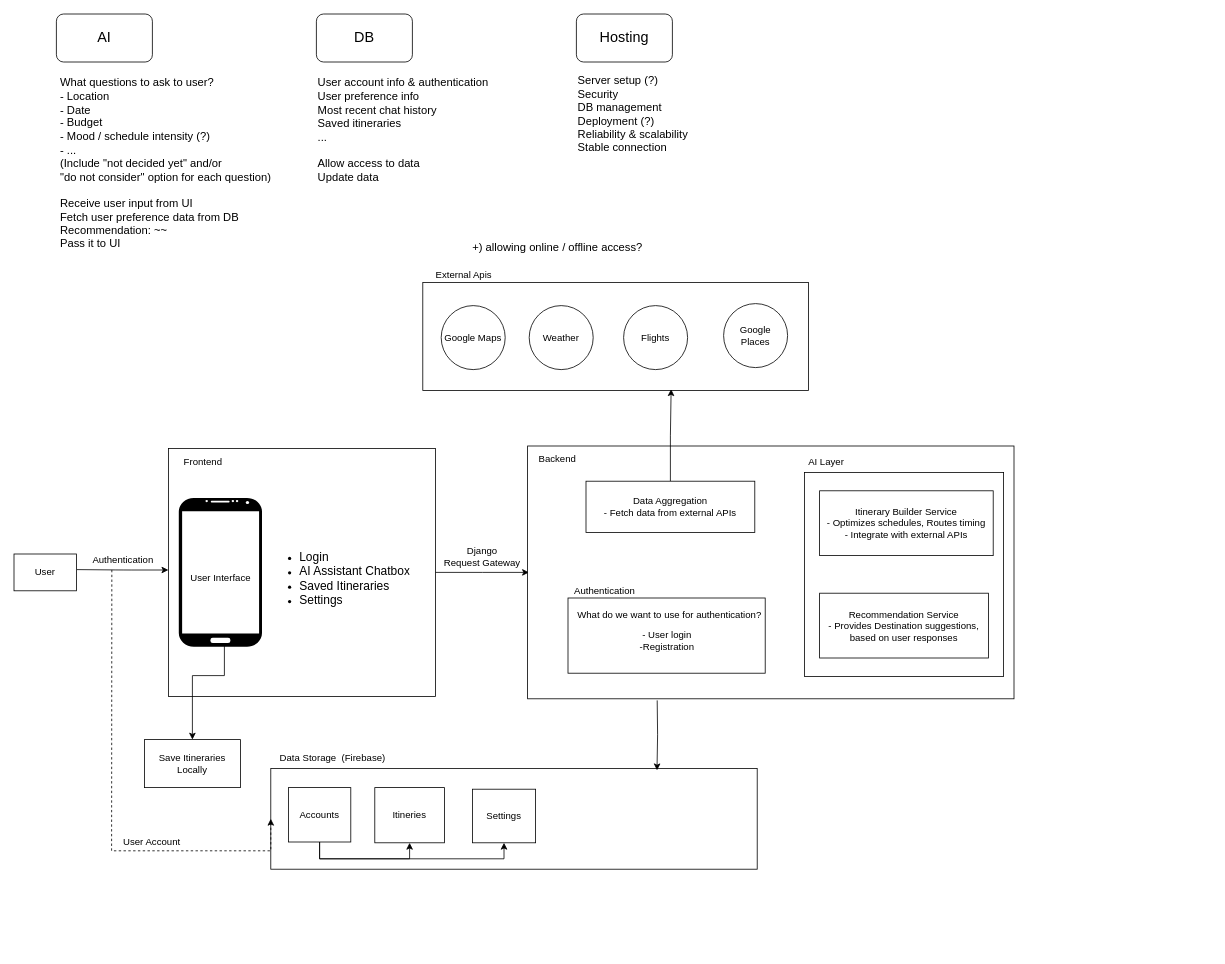
This is Untitled Diagram.drawio from smehars/AItinerary, a draw.io file, before an edit. Source tidied: cells renumbered, new cells numbered last; positions are measured from the earlier drawing's top-left corner, leaving out a move shared by most shapes. Both pictures are drawn from the tidied source at 80%, with x=0, y=0 at pixel (14, 14).
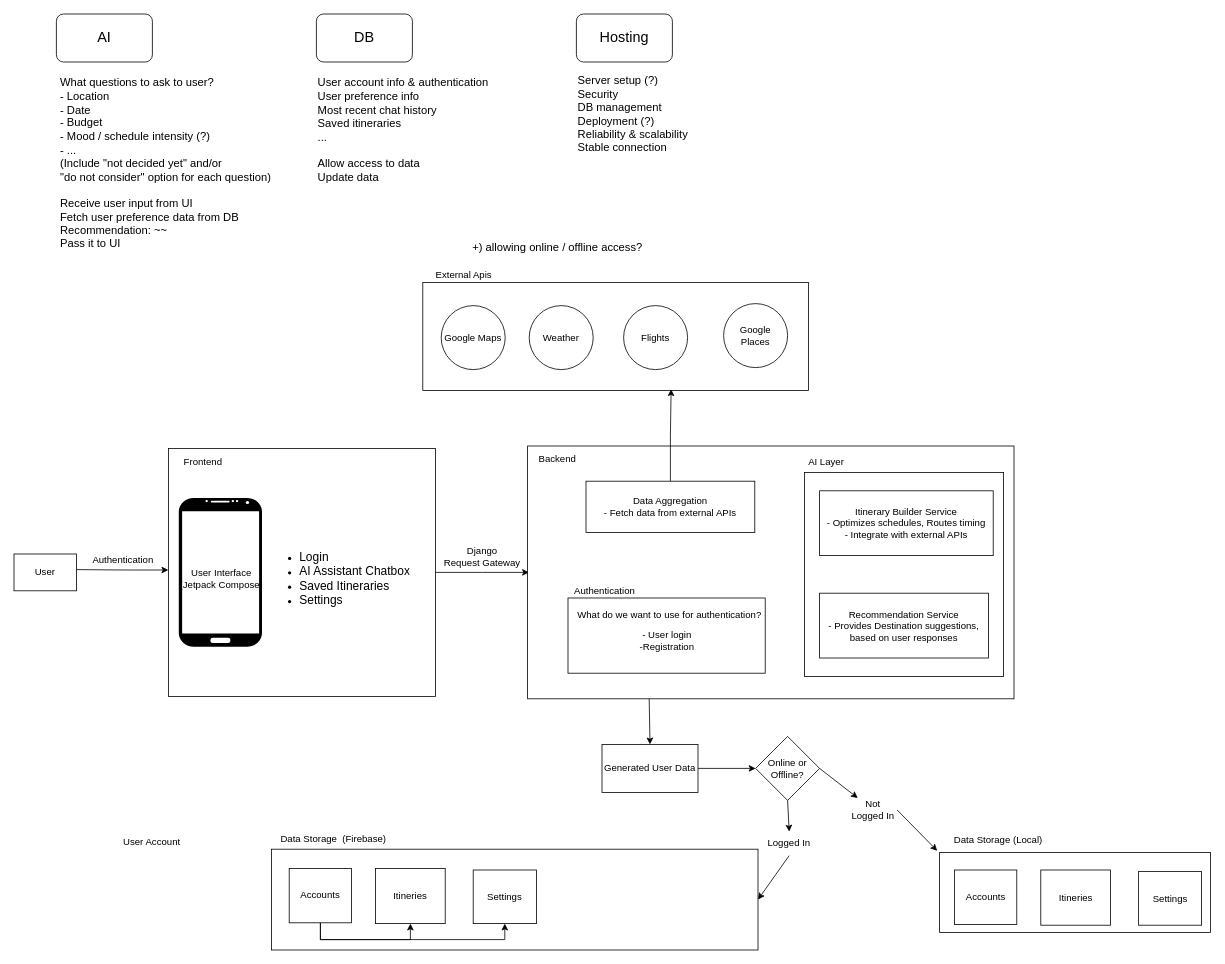
The same page after the edit.

The change refers to these unchanged cells:
```xml
<mxCell id="16" style="verticalLabelPosition=bottom;verticalAlign=top;html=1;shadow=0;dashed=0;strokeWidth=1;shape=mxgraph.android.phone2;strokeColor=none;fillStyle=auto;fillColor=light-dark(default, #ffffff);gradientColor=light-dark(#000000,#FFFFFF);gradientDirection=radial;" parent="1" vertex="1">
  <mxGeometry x="206" y="605" width="104" height="186" as="geometry" />
</mxCell>
<mxCell id="17" style="whiteSpace=wrap;html=1;" parent="1" vertex="1">
  <mxGeometry x="642" y="540" width="608" height="316" as="geometry" />
</mxCell>
<mxCell id="22" value="Authentication" style="text;html=1;align=center;verticalAlign=middle;points=[];strokeColor=none;fillColor=none;" parent="1" vertex="1">
  <mxGeometry x="88" y="670" width="95" height="26" as="geometry" />
</mxCell>
```

Change to the diagram source:
```diff
@@
     <mxCell id="2" style="whiteSpace=wrap;html=1;" parent="1" vertex="1">
-      <mxGeometry x="321" y="943" width="608" height="126" as="geometry" />
+      <mxGeometry x="322" y="1044" width="608" height="126" as="geometry" />
     </mxCell>
@@
-    <mxCell id="4" style="edgeStyle=orthogonalEdgeStyle;rounded=0;jettySize=auto;html=1;exitX=0.548;exitY=0.958;exitDx=0;exitDy=0;exitPerimeter=0;" parent="1" edge="1" source="16" target="36">
-      <mxGeometry relative="1" as="geometry">
-        <Array as="points">
-          <mxPoint x="263" y="827" />
-          <mxPoint x="223" y="827" />
-        </Array>
-      </mxGeometry>
-    </mxCell>
@@
     <mxCell id="19" value="&lt;div&gt;Data Storage&amp;nbsp; (Firebase)&lt;/div&gt;" style="text;html=1;align=center;verticalAlign=middle;strokeColor=none;fillColor=none;" parent="1" vertex="1">
-      <mxGeometry x="321" y="917" width="153" height="26" as="geometry" />
+      <mxGeometry x="322" y="1018" width="153" height="26" as="geometry" />
     </mxCell>
@@
-    <mxCell id="21" style="edgeStyle=orthogonalEdgeStyle;rounded=0;jettySize=auto;html=1;entryX=0;entryY=0.5;entryDx=0;entryDy=0;dashed=1;exitX=0.361;exitY=0.958;exitDx=0;exitDy=0;exitPerimeter=0;" parent="1" edge="1" source="22" target="2">
-      <mxGeometry relative="1" as="geometry">
-        <Array as="points">
-          <mxPoint x="122" y="698" />
-          <mxPoint x="122" y="1046" />
-          <mxPoint x="321" y="1046" />
-        </Array>
-      </mxGeometry>
-    </mxCell>
@@
-    <mxCell id="24" value="User Interface" style="text;html=1;align=center;verticalAlign=middle;strokeColor=none;fillColor=none;" parent="1" vertex="1">
-      <mxGeometry x="210.5" y="692" width="95" height="26" as="geometry" />
+    <mxCell id="24" value="User Interface&lt;br&gt;(Jetpack Compose)" style="text;html=1;align=center;verticalAlign=middle;strokeColor=none;fillColor=none;" parent="1" vertex="1">
+      <mxGeometry x="197.5" y="685" width="122" height="41" as="geometry" />
     </mxCell>
@@
-    <mxCell id="27" style="edgeStyle=orthogonalEdgeStyle;rounded=0;jettySize=auto;html=1;entryX=0.794;entryY=0.019;entryDx=0;entryDy=0;entryPerimeter=0;" parent="1" edge="1" target="2">
-      <mxGeometry relative="1" as="geometry">
-        <mxPoint x="804" y="858" as="sourcePoint" />
-      </mxGeometry>
-    </mxCell>
@@
     <mxCell id="34" value="Accounts" style="whiteSpace=wrap;html=1;" parent="1" vertex="1">
-      <mxGeometry x="343" y="967" width="78" height="68" as="geometry" />
+      <mxGeometry x="344" y="1068" width="78" height="68" as="geometry" />
     </mxCell>
     <mxCell id="35" value="Itineries" style="whiteSpace=wrap;html=1;" parent="1" vertex="1">
-      <mxGeometry x="451" y="967" width="87" height="69" as="geometry" />
+      <mxGeometry x="452" y="1068" width="87" height="69" as="geometry" />
     </mxCell>
-    <mxCell id="36" value="Save Itineraries Locally" style="whiteSpace=wrap;html=1;" parent="1" vertex="1">
-      <mxGeometry x="163" y="907" width="120" height="60" as="geometry" />
+    <mxCell id="36" value="Generated User Data" style="whiteSpace=wrap;html=1;" parent="1" vertex="1">
+      <mxGeometry x="735" y="913" width="120" height="60" as="geometry" />
     </mxCell>
     <mxCell id="37" value="Settings" style="whiteSpace=wrap;html=1;" parent="1" vertex="1">
-      <mxGeometry x="573" y="969" width="79" height="67" as="geometry" />
+      <mxGeometry x="574" y="1070" width="79" height="67" as="geometry" />
     </mxCell>
@@
+    <mxCell id="48" style="endArrow=classic;html=1;rounded=0;exitX=0.25;exitY=1;exitDx=0;exitDy=0;entryX=0.5;entryY=0;entryDx=0;entryDy=0;" parent="1" edge="1" source="17" target="36">
+      <mxGeometry relative="1" as="geometry" />
+    </mxCell>
+    <mxCell id="49" value="Online or Offline?" style="rhombus;whiteSpace=wrap;html=1;" parent="1" vertex="1">
+      <mxGeometry x="927" y="903" width="80" height="80" as="geometry" />
+    </mxCell>
+    <mxCell id="50" style="endArrow=classic;html=1;rounded=0;entryX=0;entryY=0.5;entryDx=0;entryDy=0;exitX=1;exitY=0.5;exitDx=0;exitDy=0;" parent="1" edge="1" source="36" target="49">
+      <mxGeometry relative="1" as="geometry" />
+    </mxCell>
+    <mxCell id="51" style="endArrow=classic;html=1;rounded=0;exitX=0.5;exitY=1;exitDx=0;exitDy=0;entryX=1;entryY=0.5;entryDx=0;entryDy=0;" parent="1" edge="1" source="58" target="2">
+      <mxGeometry relative="1" as="geometry" />
+    </mxCell>
+    <mxCell id="52" style="whiteSpace=wrap;html=1;" parent="1" vertex="1">
+      <mxGeometry x="1157" y="1048" width="338.5" height="100" as="geometry" />
+    </mxCell>
+    <mxCell id="53" value="&lt;div&gt;Data Storage (Local)&lt;/div&gt;" style="text;html=1;align=center;verticalAlign=middle;strokeColor=none;fillColor=none;" parent="1" vertex="1">
+      <mxGeometry x="1165.5" y="1020" width="129" height="26" as="geometry" />
+    </mxCell>
+    <mxCell id="54" value="Accounts" style="whiteSpace=wrap;html=1;" parent="1" vertex="1">
+      <mxGeometry x="1175.5" y="1070" width="78" height="68" as="geometry" />
+    </mxCell>
+    <mxCell id="55" value="Itineries" style="whiteSpace=wrap;html=1;" parent="1" vertex="1">
+      <mxGeometry x="1283.5" y="1070" width="87" height="69" as="geometry" />
+    </mxCell>
+    <mxCell id="56" value="Settings" style="whiteSpace=wrap;html=1;" parent="1" vertex="1">
+      <mxGeometry x="1405.5" y="1072" width="79" height="67" as="geometry" />
+    </mxCell>
+    <mxCell id="57" style="endArrow=classic;html=1;rounded=0;exitX=0.5;exitY=1;exitDx=0;exitDy=0;entryX=0.5;entryY=0;entryDx=0;entryDy=0;" parent="1" edge="1" source="49" target="58">
+      <mxGeometry relative="1" as="geometry" />
+    </mxCell>
+    <mxCell id="58" value="Logged In" style="text;html=1;align=center;verticalAlign=middle;whiteSpace=wrap;rounded=0;" parent="1" vertex="1">
+      <mxGeometry x="939" y="1022" width="60" height="30" as="geometry" />
+    </mxCell>
+    <mxCell id="59" style="endArrow=classic;html=1;rounded=0;exitX=1;exitY=0.5;exitDx=0;exitDy=0;" parent="1" edge="1" source="61">
+      <mxGeometry relative="1" as="geometry">
+        <mxPoint x="1154" y="1046" as="targetPoint" />
+      </mxGeometry>
+    </mxCell>
+    <mxCell id="60" style="endArrow=classic;html=1;rounded=0;exitX=1;exitY=0.5;exitDx=0;exitDy=0;" parent="1" edge="1" source="49" target="61">
+      <mxGeometry relative="1" as="geometry" />
+    </mxCell>
+    <mxCell id="61" value="Not Logged In" style="text;html=1;align=center;verticalAlign=middle;whiteSpace=wrap;rounded=0;" parent="1" vertex="1">
+      <mxGeometry x="1044" y="980" width="60" height="30" as="geometry" />
+    </mxCell>
```
